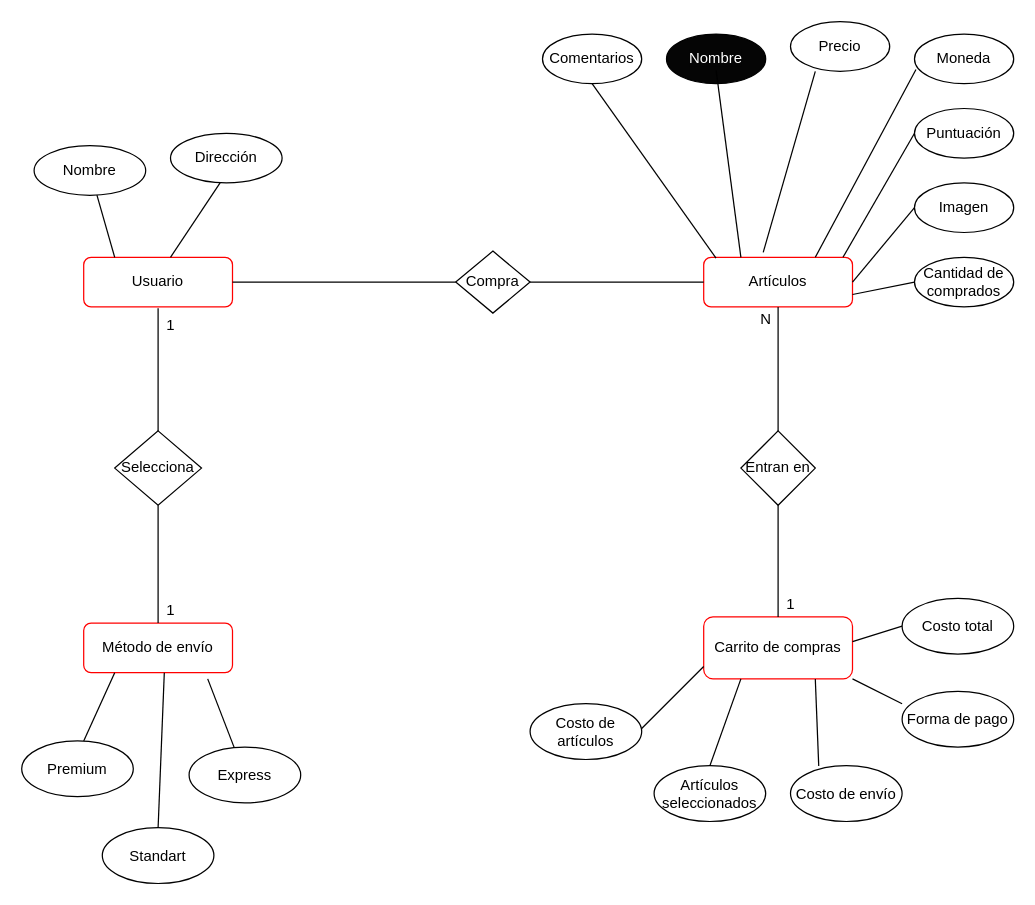
Above: Untitled Diagram.drawio in tatianacb5/Proyecto-e-commerce-JAP (draw.io), before the change. Source tidied: cells renumbered, new cells numbered last; positions are measured from the earlier drawing's top-left corner, leaving out a move shared by most shapes. Both pictures are drawn from the tidied source at 124%, with x=0, y=0 at pixel (21, 21).
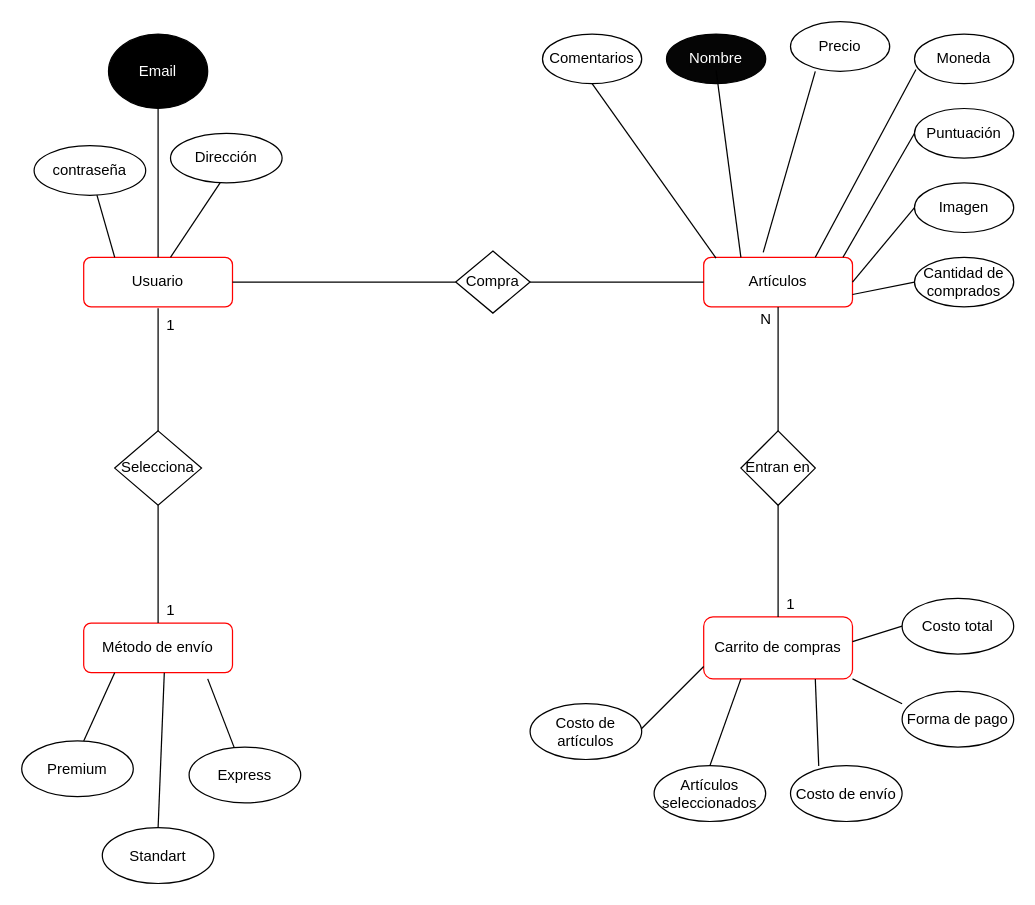
After the change.

Diff of the diagram source:
```diff
@@
-    <mxCell id="50" value="Nombre" style="ellipse;whiteSpace=wrap;html=1;strokeColor=#000000;" parent="1" vertex="1">
+    <mxCell id="50" value="contraseña" style="ellipse;whiteSpace=wrap;html=1;strokeColor=#000000;" parent="1" vertex="1">
       <mxGeometry x="10" y="100" width="90" height="40" as="geometry" />
     </mxCell>
@@
+    <mxCell id="53" value="Email" style="ellipse;whiteSpace=wrap;html=1;fillColor=#000000;fontColor=#FFFFFF;" parent="1" vertex="1">
+      <mxGeometry x="70" y="10" width="80" height="60" as="geometry" />
+    </mxCell>
+    <mxCell id="54" style="endArrow=none;html=1;fontColor=#FFFFFF;entryX=0.5;entryY=1;entryDx=0;entryDy=0;" parent="1" edge="1" target="53">
+      <mxGeometry relative="1" as="geometry">
+        <mxPoint x="110" y="190" as="sourcePoint" />
+      </mxGeometry>
+    </mxCell>
```
